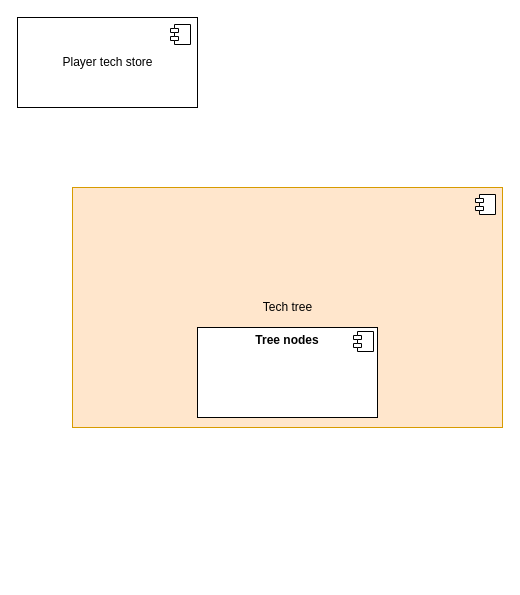
This is techTree.drawio from EdW1-0/SpaceSim, a draw.io file, before an edit. Source tidied: cells renumbered, new cells numbered last; positions are measured from the earlier drawing's top-left corner, leaving out a move shared by most shapes. Both pictures are drawn from the tidied source at 100%, with x=0, y=0 at pixel (17, 17).
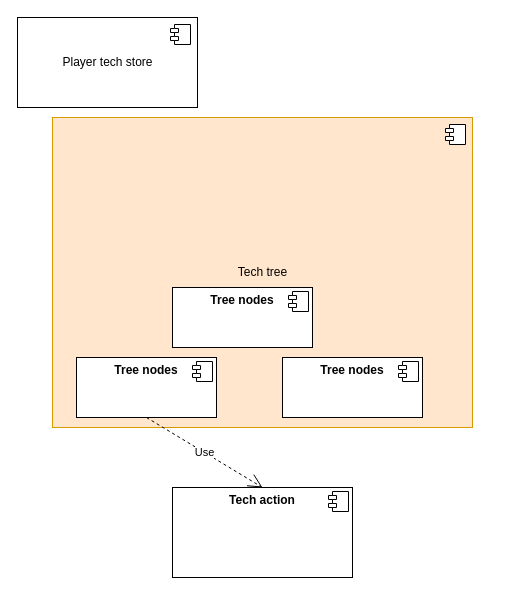
The same diagram, later.

Commit message (it also covers changes not shown here):
Added some notes and diagram

Diff of the diagram source:
```diff
@@
 <mxGraphModel>
   <root>
     <mxCell id="0" />
     <mxCell id="1" parent="0" />
     <mxCell id="2" value="Tech tree" style="html=1;fillColor=#ffe6cc;strokeColor=#d79b00;" parent="1" vertex="1">
-      <mxGeometry x="55" y="170" width="430" height="240" as="geometry" />
+      <mxGeometry x="35" y="100" width="420" height="310" as="geometry" />
     </mxCell>
     <mxCell id="3" style="shape=module;jettyWidth=8;jettyHeight=4;" parent="2" vertex="1">
       <mxGeometry x="1" width="20" height="20" relative="1" as="geometry">
         <mxPoint x="-27" y="7" as="offset" />
       </mxGeometry>
     </mxCell>
     <mxCell id="4" value="&lt;p style=&quot;margin:0px;margin-top:6px;text-align:center;&quot;&gt;&lt;b&gt;Tree nodes&lt;/b&gt;&lt;/p&gt;" style="align=left;overflow=fill;html=1;" parent="1" vertex="1">
-      <mxGeometry x="180" y="310" width="180" height="90" as="geometry" />
+      <mxGeometry x="155" y="270" width="140" height="60" as="geometry" />
     </mxCell>
     <mxCell id="5" style="shape=component;jettyWidth=8;jettyHeight=4;" parent="4" vertex="1">
       <mxGeometry x="1" width="20" height="20" relative="1" as="geometry">
         <mxPoint x="-24" y="4" as="offset" />
       </mxGeometry>
     </mxCell>
     <mxCell id="6" value="Player tech store" style="html=1;shadow=0;" parent="1" vertex="1">
       <mxGeometry width="180" height="90" as="geometry" />
     </mxCell>
     <mxCell id="7" style="shape=module;jettyWidth=8;jettyHeight=4;" parent="6" vertex="1">
       <mxGeometry x="1" width="20" height="20" relative="1" as="geometry">
         <mxPoint x="-27" y="7" as="offset" />
       </mxGeometry>
     </mxCell>
+    <mxCell id="8" value="&lt;p style=&quot;margin:0px;margin-top:6px;text-align:center;&quot;&gt;&lt;b&gt;Tree nodes&lt;/b&gt;&lt;/p&gt;" style="align=left;overflow=fill;html=1;" parent="1" vertex="1">
+      <mxGeometry x="59" y="340" width="140" height="60" as="geometry" />
+    </mxCell>
+    <mxCell id="9" style="shape=component;jettyWidth=8;jettyHeight=4;" parent="8" vertex="1">
+      <mxGeometry x="1" width="20" height="20" relative="1" as="geometry">
+        <mxPoint x="-24" y="4" as="offset" />
+      </mxGeometry>
+    </mxCell>
+    <mxCell id="10" value="&lt;p style=&quot;margin:0px;margin-top:6px;text-align:center;&quot;&gt;&lt;b&gt;Tree nodes&lt;/b&gt;&lt;/p&gt;" style="align=left;overflow=fill;html=1;" parent="1" vertex="1">
+      <mxGeometry x="265" y="340" width="140" height="60" as="geometry" />
+    </mxCell>
+    <mxCell id="11" style="shape=component;jettyWidth=8;jettyHeight=4;" parent="10" vertex="1">
+      <mxGeometry x="1" width="20" height="20" relative="1" as="geometry">
+        <mxPoint x="-24" y="4" as="offset" />
+      </mxGeometry>
+    </mxCell>
+    <mxCell id="12" value="Use" style="endArrow=open;endSize=12;dashed=1;html=1;rounded=0;exitX=0.5;exitY=1;exitDx=0;exitDy=0;entryX=0.5;entryY=0;entryDx=0;entryDy=0;" parent="1" edge="1" source="8" target="13">
+      <mxGeometry relative="1" as="geometry" />
+    </mxCell>
+    <mxCell id="13" value="&lt;p style=&quot;margin:0px;margin-top:6px;text-align:center;&quot;&gt;&lt;b&gt;Tech action&lt;/b&gt;&lt;/p&gt;" style="align=left;overflow=fill;html=1;" parent="1" vertex="1">
+      <mxGeometry x="155" y="470" width="180" height="90" as="geometry" />
+    </mxCell>
+    <mxCell id="14" style="shape=component;jettyWidth=8;jettyHeight=4;" parent="13" vertex="1">
+      <mxGeometry x="1" width="20" height="20" relative="1" as="geometry">
+        <mxPoint x="-24" y="4" as="offset" />
+      </mxGeometry>
+    </mxCell>
   </root>
 </mxGraphModel>
```
